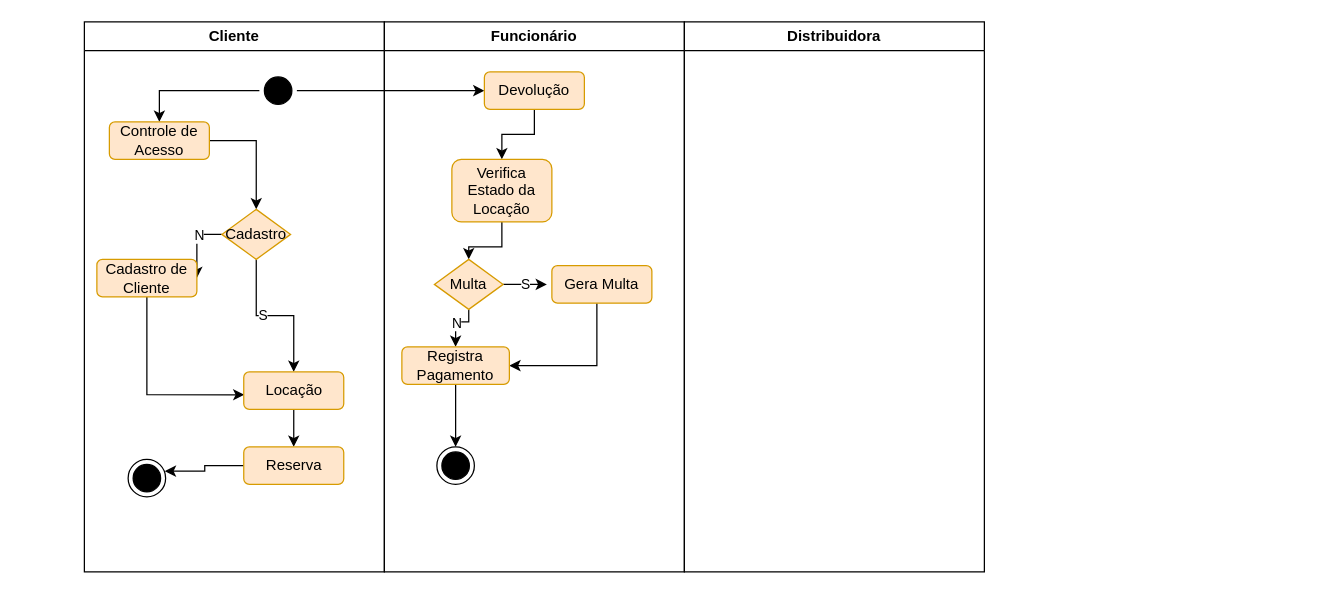
matheusdorne/ADS keeps this draw.io diagram as 2-semestre/SE/ATIVIDADE 4 - ESI - LOCADORA DE VIDEO - DIAGRAMA DE NEGÓCIO.drawio. Above is the earlier version. Source tidied: cells renumbered, new cells numbered last; positions are measured from the earlier drawing's top-left corner, leaving out a move shared by most shapes. Both pictures are drawn from the tidied source at 125%, with x=0, y=0 at pixel (84, 21).
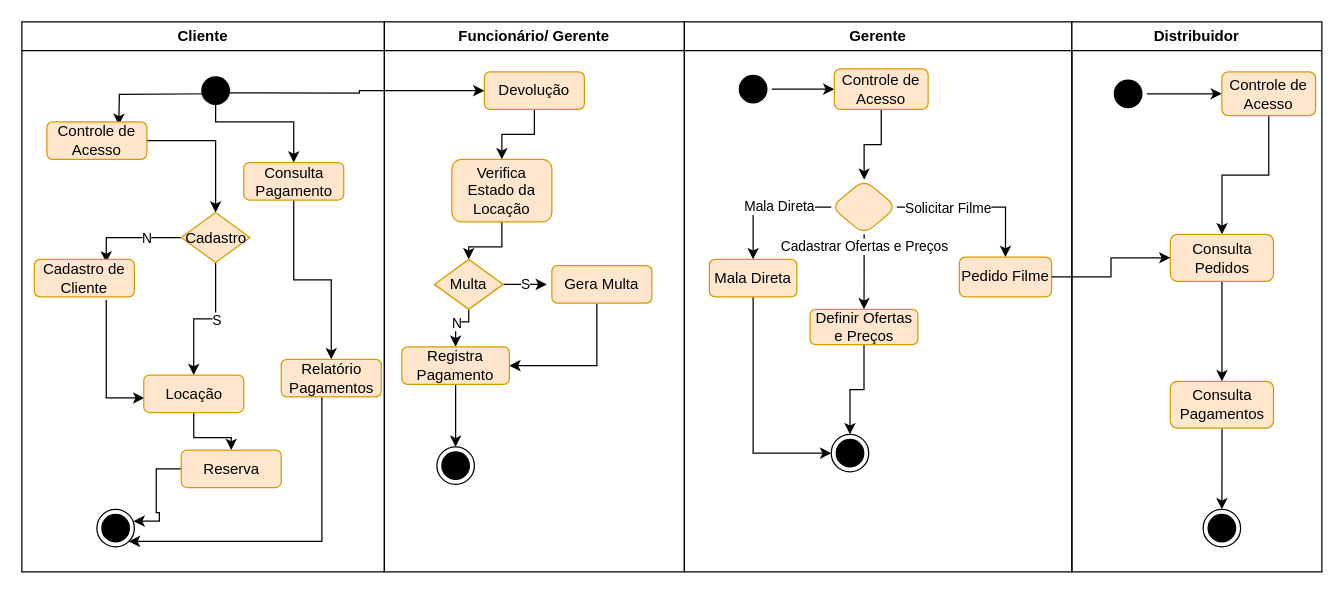
Above is the later version.

Unchanged cells that the change refers to:
```xml
<mxCell id="5" style="ellipse;html=1;shape=startState;fillColor=#000000;strokeColor=#000000;" parent="2" vertex="1">
  <mxGeometry x="140" y="40" width="30" height="30" as="geometry" />
</mxCell>
<mxCell id="7" value="Controle de Acesso" style="rounded=1;whiteSpace=wrap;html=1;fillColor=#ffe6cc;strokeColor=#d79b00;" parent="2" vertex="1">
  <mxGeometry x="20" y="80" width="80" height="30" as="geometry" />
</mxCell>
<mxCell id="14" value="Cadastro de Cliente" style="rounded=1;whiteSpace=wrap;html=1;fillColor=#ffe6cc;strokeColor=#d79b00;" parent="2" vertex="1">
  <mxGeometry x="10" y="190" width="80" height="30" as="geometry" />
</mxCell>
<mxCell id="22" value="Devolução" style="rounded=1;whiteSpace=wrap;html=1;fillColor=#ffe6cc;strokeColor=#d79b00;" parent="20" vertex="1">
  <mxGeometry x="80" y="40" width="80" height="30" as="geometry" />
</mxCell>
```

Diff of the diagram source:
```diff
@@
     <mxCell id="2" value="Cliente" style="swimlane;whiteSpace=wrap;html=1;" parent="1" vertex="1">
-      <mxGeometry width="240" height="440" as="geometry" />
+      <mxGeometry x="-50" width="290" height="440" as="geometry" />
     </mxCell>
-    <mxCell id="3" style="edgeStyle=orthogonalEdgeStyle;rounded=0;jettySize=auto;html=1;entryX=0.5;entryY=0;entryDx=0;entryDy=0;" parent="2" edge="1" source="5" target="7">
-      <mxGeometry relative="1" as="geometry" />
+    <mxCell id="3" style="edgeStyle=orthogonalEdgeStyle;rounded=0;orthogonalLoop=1;jettySize=auto;html=1;entryX=0.5;entryY=0;entryDx=0;entryDy=0;" parent="2" edge="1">
+      <mxGeometry relative="1" as="geometry">
+        <mxPoint x="157.5" y="57.5" as="sourcePoint" />
+        <mxPoint x="77.5" y="82.5" as="targetPoint" />
+      </mxGeometry>
     </mxCell>
-    <mxCell id="4" style="edgeStyle=orthogonalEdgeStyle;rounded=0;jettySize=auto;html=1;" parent="2" edge="1" source="5">
-      <mxGeometry relative="1" as="geometry">
-        <mxPoint x="320" y="55" as="targetPoint" />
-      </mxGeometry>
-    </mxCell>
+    <mxCell id="35" style="edgeStyle=orthogonalEdgeStyle;rounded=0;jettySize=auto;html=1;entryX=0.5;entryY=0;entryDx=0;entryDy=0;exitX=0.432;exitY=0.861;exitDx=0;exitDy=0;exitPerimeter=0;" parent="2" edge="1" source="5" target="37">
+      <mxGeometry relative="1" as="geometry">
+        <Array as="points">
+          <mxPoint x="155" y="66" />
+          <mxPoint x="155" y="80" />
+          <mxPoint x="218" y="80" />
+        </Array>
+      </mxGeometry>
+    </mxCell>
@@
-    <mxCell id="6" style="edgeStyle=orthogonalEdgeStyle;rounded=0;jettySize=auto;html=1;entryX=0.5;entryY=0;entryDx=0;entryDy=0;" parent="2" edge="1" source="7" target="12">
+    <mxCell id="6" style="edgeStyle=orthogonalEdgeStyle;rounded=0;jettySize=auto;html=1;entryX=0.5;entryY=0;entryDx=0;entryDy=0;exitX=1;exitY=0.5;exitDx=0;exitDy=0;" parent="2" edge="1" source="7" target="12">
       <mxGeometry relative="1" as="geometry" />
     </mxCell>
@@
-    <mxCell id="8" style="edgeStyle=orthogonalEdgeStyle;rounded=0;jettySize=auto;html=1;entryX=1;entryY=0.5;entryDx=0;entryDy=0;" parent="2" edge="1" source="12" target="14">
-      <mxGeometry relative="1" as="geometry" />
+    <mxCell id="8" style="edgeStyle=orthogonalEdgeStyle;rounded=0;jettySize=auto;html=1;entryX=0.5;entryY=0;entryDx=0;entryDy=0;" parent="2" edge="1" source="12">
+      <mxGeometry relative="1" as="geometry">
+        <mxPoint x="67.5" y="192.5" as="targetPoint" />
+        <Array as="points">
+          <mxPoint x="67.5" y="172.5" />
+        </Array>
+      </mxGeometry>
     </mxCell>
@@
     <mxCell id="12" value="&lt;div&gt;Cadastro&lt;/div&gt;" style="rhombus;whiteSpace=wrap;html=1;fillColor=#ffe6cc;strokeColor=#d79b00;" parent="2" vertex="1">
-      <mxGeometry x="110" y="150" width="55" height="40" as="geometry" />
+      <mxGeometry x="127.5" y="152.5" width="55" height="40" as="geometry" />
     </mxCell>
-    <mxCell id="13" style="edgeStyle=orthogonalEdgeStyle;rounded=0;jettySize=auto;html=1;entryX=0.006;entryY=0.611;entryDx=0;entryDy=0;entryPerimeter=0;" parent="2" edge="1" source="14" target="16">
+    <mxCell id="13" style="edgeStyle=orthogonalEdgeStyle;rounded=0;jettySize=auto;html=1;entryX=0.006;entryY=0.611;entryDx=0;entryDy=0;entryPerimeter=0;" parent="2" edge="1" target="16">
       <mxGeometry relative="1" as="geometry">
+        <mxPoint x="67.5" y="222.5" as="sourcePoint" />
         <Array as="points">
-          <mxPoint x="50" y="298" />
+          <mxPoint x="67.5" y="300.5" />
         </Array>
       </mxGeometry>
     </mxCell>
@@
     <mxCell id="16" value="Locação" style="rounded=1;whiteSpace=wrap;html=1;fillColor=#ffe6cc;strokeColor=#d79b00;" parent="2" vertex="1">
-      <mxGeometry x="127.5" y="280" width="80" height="30" as="geometry" />
+      <mxGeometry x="97.5" y="282.5" width="80" height="30" as="geometry" />
     </mxCell>
     <mxCell id="17" style="ellipse;html=1;shape=endState;fillColor=#000000;strokeColor=#000000;" parent="2" vertex="1">
-      <mxGeometry x="35" y="350" width="30" height="30" as="geometry" />
+      <mxGeometry x="60" y="390" width="30" height="30" as="geometry" />
     </mxCell>
@@
     <mxCell id="19" value="Reserva" style="rounded=1;whiteSpace=wrap;html=1;fillColor=#ffe6cc;strokeColor=#d79b00;" parent="2" vertex="1">
-      <mxGeometry x="127.5" y="340" width="80" height="30" as="geometry" />
+      <mxGeometry x="127.5" y="342.5" width="80" height="30" as="geometry" />
     </mxCell>
+    <mxCell id="36" style="edgeStyle=orthogonalEdgeStyle;rounded=0;jettySize=auto;html=1;entryX=0.5;entryY=0;entryDx=0;entryDy=0;" parent="2" edge="1" source="37" target="39">
+      <mxGeometry relative="1" as="geometry" />
+    </mxCell>
+    <mxCell id="37" value="Consulta Pagamento" style="rounded=1;whiteSpace=wrap;html=1;fillColor=#ffe6cc;strokeColor=#d79b00;" parent="2" vertex="1">
+      <mxGeometry x="177.5" y="112.5" width="80" height="30" as="geometry" />
+    </mxCell>
+    <mxCell id="38" style="edgeStyle=orthogonalEdgeStyle;rounded=0;jettySize=auto;html=1;entryX=1;entryY=1;entryDx=0;entryDy=0;" parent="2" edge="1" source="39" target="17">
+      <mxGeometry relative="1" as="geometry">
+        <Array as="points">
+          <mxPoint x="240" y="416" />
+        </Array>
+      </mxGeometry>
+    </mxCell>
+    <mxCell id="39" value="Relatório Pagamentos" style="rounded=1;whiteSpace=wrap;html=1;fillColor=#ffe6cc;strokeColor=#d79b00;" parent="2" vertex="1">
+      <mxGeometry x="207.5" y="270" width="80" height="30" as="geometry" />
+    </mxCell>
-    <mxCell id="20" value="Funcionário" style="swimlane;whiteSpace=wrap;html=1;" parent="1" vertex="1">
+    <mxCell id="20" value="Funcionário/ Gerente" style="swimlane;whiteSpace=wrap;html=1;" parent="1" vertex="1">
       <mxGeometry x="240" width="240" height="440" as="geometry" />
     </mxCell>
@@
-    <mxCell id="34" value="Distribuidora" style="swimlane;whiteSpace=wrap;html=1;" parent="1" vertex="1">
-      <mxGeometry x="480" width="240" height="440" as="geometry" />
+    <mxCell id="34" value="Gerente" style="swimlane;whiteSpace=wrap;html=1;" parent="1" vertex="1">
+      <mxGeometry x="480" width="310" height="440" as="geometry" />
     </mxCell>
+    <mxCell id="40" style="edgeStyle=orthogonalEdgeStyle;rounded=0;jettySize=auto;html=1;" parent="34" edge="1" source="41" target="43">
+      <mxGeometry relative="1" as="geometry" />
+    </mxCell>
+    <mxCell id="41" style="ellipse;html=1;shape=startState;fillColor=#000000;strokeColor=#000000;" parent="34" vertex="1">
+      <mxGeometry x="40" y="38.8" width="30" height="30" as="geometry" />
+    </mxCell>
+    <mxCell id="42" style="edgeStyle=orthogonalEdgeStyle;rounded=0;jettySize=auto;html=1;" parent="34" edge="1" source="43" target="50">
+      <mxGeometry relative="1" as="geometry" />
+    </mxCell>
+    <mxCell id="43" value="Controle de Acesso" style="rounded=1;whiteSpace=wrap;html=1;fillColor=#ffe6cc;strokeColor=#d79b00;" parent="34" vertex="1">
+      <mxGeometry x="120" y="37.5" width="75" height="32.5" as="geometry" />
+    </mxCell>
+    <mxCell id="44" style="edgeStyle=orthogonalEdgeStyle;rounded=0;jettySize=auto;html=1;" parent="34" edge="1" source="50" target="52">
+      <mxGeometry relative="1" as="geometry" />
+    </mxCell>
+    <mxCell id="45" value="Mala Direta" style="edgeLabel;html=1;align=center;verticalAlign=middle;" parent="44" vertex="1">
+      <mxGeometry x="-0.19" y="-1" relative="1" as="geometry" />
+    </mxCell>
+    <mxCell id="46" style="edgeStyle=orthogonalEdgeStyle;rounded=0;jettySize=auto;html=1;" parent="34" edge="1" source="50" target="54">
+      <mxGeometry relative="1" as="geometry" />
+    </mxCell>
+    <mxCell id="47" value="Cadastrar Ofertas e Preços" style="edgeLabel;html=1;align=center;verticalAlign=middle;" parent="46" vertex="1">
+      <mxGeometry x="-0.27" y="-2" relative="1" as="geometry">
+        <mxPoint x="2" y="-12" as="offset" />
+      </mxGeometry>
+    </mxCell>
+    <mxCell id="48" style="edgeStyle=orthogonalEdgeStyle;rounded=0;jettySize=auto;html=1;" parent="34" edge="1" source="50" target="55">
+      <mxGeometry relative="1" as="geometry" />
+    </mxCell>
+    <mxCell id="49" value="Solicitar Filme" style="edgeLabel;html=1;align=center;verticalAlign=middle;" parent="48" vertex="1">
+      <mxGeometry x="-0.54" y="-3" relative="1" as="geometry">
+        <mxPoint x="11" y="-3" as="offset" />
+      </mxGeometry>
+    </mxCell>
+    <mxCell id="50" style="rhombus;whiteSpace=wrap;html=1;fillColor=#ffe6cc;strokeColor=#d79b00;rounded=1;" parent="34" vertex="1">
+      <mxGeometry x="117.5" y="126.2" width="52.5" height="43.8" as="geometry" />
+    </mxCell>
+    <mxCell id="51" style="edgeStyle=orthogonalEdgeStyle;rounded=0;jettySize=auto;html=1;entryX=0;entryY=0.5;entryDx=0;entryDy=0;" parent="34" edge="1" source="52" target="56">
+      <mxGeometry relative="1" as="geometry">
+        <Array as="points">
+          <mxPoint x="55" y="345" />
+        </Array>
+      </mxGeometry>
+    </mxCell>
+    <mxCell id="52" value="Mala Direta" style="whiteSpace=wrap;html=1;fillColor=#ffe6cc;strokeColor=#d79b00;rounded=1;" parent="34" vertex="1">
+      <mxGeometry x="20" y="190" width="70" height="30" as="geometry" />
+    </mxCell>
+    <mxCell id="53" style="edgeStyle=orthogonalEdgeStyle;rounded=0;jettySize=auto;html=1;entryX=0.5;entryY=0;entryDx=0;entryDy=0;" parent="34" edge="1" source="54" target="56">
+      <mxGeometry relative="1" as="geometry" />
+    </mxCell>
+    <mxCell id="54" value="Definir Ofertas e Preços" style="whiteSpace=wrap;html=1;fillColor=#ffe6cc;strokeColor=#d79b00;rounded=1;" parent="34" vertex="1">
+      <mxGeometry x="100.6" y="230" width="86.2" height="28.1" as="geometry" />
+    </mxCell>
+    <mxCell id="55" value="Pedido Filme" style="whiteSpace=wrap;html=1;fillColor=#ffe6cc;strokeColor=#d79b00;rounded=1;" parent="34" vertex="1">
+      <mxGeometry x="220" y="188.1" width="73.8" height="31.9" as="geometry" />
+    </mxCell>
+    <mxCell id="56" style="ellipse;html=1;shape=endState;fillColor=#000000;strokeColor=#000000;" parent="34" vertex="1">
+      <mxGeometry x="117.5" y="330" width="30" height="30" as="geometry" />
+    </mxCell>
+    <mxCell id="4" style="edgeStyle=orthogonalEdgeStyle;rounded=0;jettySize=auto;html=1;entryX=0;entryY=0.5;entryDx=0;entryDy=0;exitX=0.869;exitY=0.562;exitDx=0;exitDy=0;exitPerimeter=0;" parent="1" edge="1" source="5" target="22">
+      <mxGeometry relative="1" as="geometry" />
+    </mxCell>
+    <mxCell id="57" value="Distribuidor" style="swimlane;whiteSpace=wrap;html=1;" parent="1" vertex="1">
+      <mxGeometry x="790" width="200" height="440" as="geometry" />
+    </mxCell>
+    <mxCell id="58" style="edgeStyle=orthogonalEdgeStyle;rounded=0;jettySize=auto;html=1;" parent="57" edge="1" source="59" target="61">
+      <mxGeometry relative="1" as="geometry" />
+    </mxCell>
+    <mxCell id="59" style="ellipse;html=1;shape=startState;fillColor=#000000;strokeColor=#000000;" parent="57" vertex="1">
+      <mxGeometry x="30" y="42.5" width="30" height="30" as="geometry" />
+    </mxCell>
+    <mxCell id="60" style="edgeStyle=orthogonalEdgeStyle;rounded=0;jettySize=auto;html=1;" parent="57" edge="1" source="61" target="63">
+      <mxGeometry relative="1" as="geometry" />
+    </mxCell>
+    <mxCell id="61" value="Controle de Acesso" style="rounded=1;whiteSpace=wrap;html=1;fillColor=#ffe6cc;strokeColor=#d79b00;" parent="57" vertex="1">
+      <mxGeometry x="120" y="40" width="75" height="35" as="geometry" />
+    </mxCell>
+    <mxCell id="62" style="edgeStyle=orthogonalEdgeStyle;rounded=0;jettySize=auto;html=1;" parent="57" edge="1" source="63" target="65">
+      <mxGeometry relative="1" as="geometry" />
+    </mxCell>
+    <mxCell id="63" value="Consulta Pedidos" style="whiteSpace=wrap;html=1;fillColor=#ffe6cc;strokeColor=#d79b00;rounded=1;" parent="57" vertex="1">
+      <mxGeometry x="78.8" y="170" width="82.5" height="37.5" as="geometry" />
+    </mxCell>
+    <mxCell id="64" style="edgeStyle=orthogonalEdgeStyle;rounded=0;jettySize=auto;html=1;" parent="57" edge="1" source="65" target="66">
+      <mxGeometry relative="1" as="geometry" />
+    </mxCell>
+    <mxCell id="65" value="Consulta Pagamentos" style="whiteSpace=wrap;html=1;fillColor=#ffe6cc;strokeColor=#d79b00;rounded=1;" parent="57" vertex="1">
+      <mxGeometry x="78.8" y="287.5" width="82.5" height="37.5" as="geometry" />
+    </mxCell>
+    <mxCell id="66" style="ellipse;html=1;shape=endState;fillColor=#000000;strokeColor=#000000;" parent="57" vertex="1">
+      <mxGeometry x="105" y="390" width="30" height="30" as="geometry" />
+    </mxCell>
+    <mxCell id="67" style="edgeStyle=orthogonalEdgeStyle;rounded=0;jettySize=auto;html=1;entryX=0;entryY=0.5;entryDx=0;entryDy=0;" parent="1" edge="1" source="55" target="63">
+      <mxGeometry relative="1" as="geometry" />
+    </mxCell>
```
